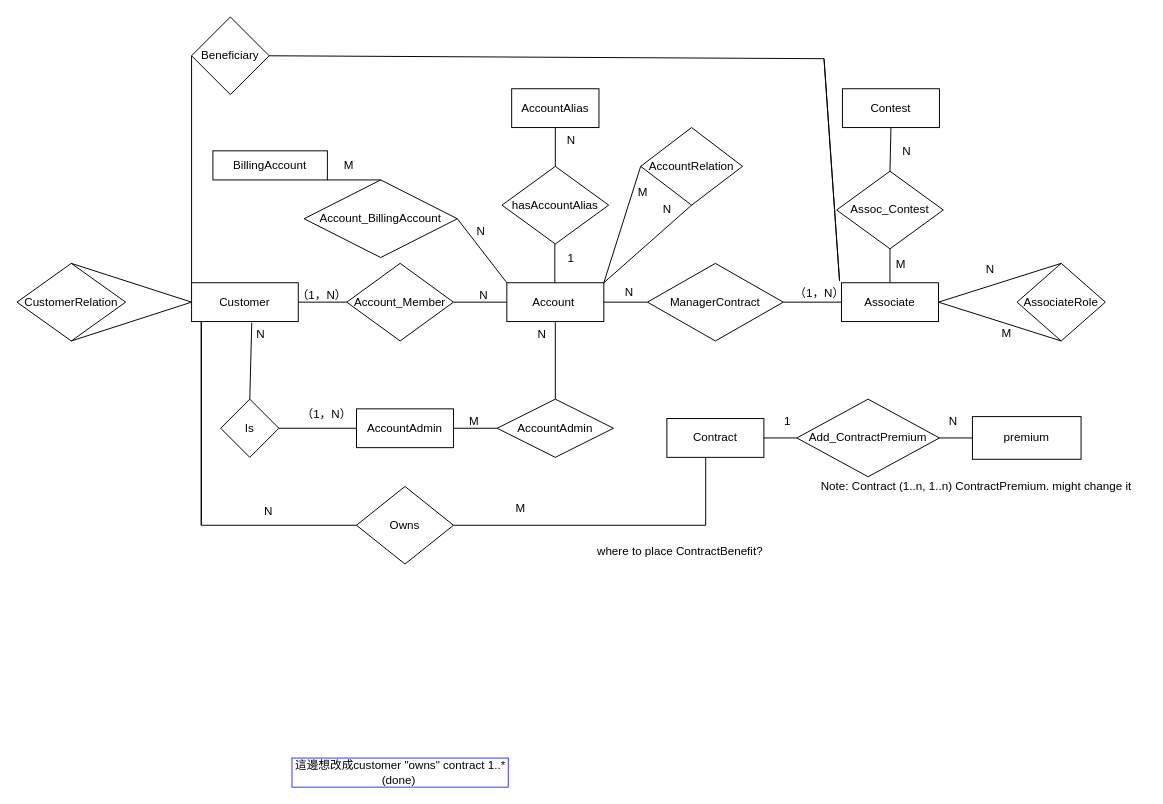
HanquanL/c_practices keeps this draw.io diagram as page "Page-1" (1 of 2) of dsm-project-p1.drawio. Above is the earlier version. Source tidied: cells renumbered, new cells numbered last; positions are measured from the earlier drawing's top-left corner, leaving out a move shared by most shapes. Both pictures are drawn from the tidied source at 97%, with x=0, y=0 at pixel (16, 16).
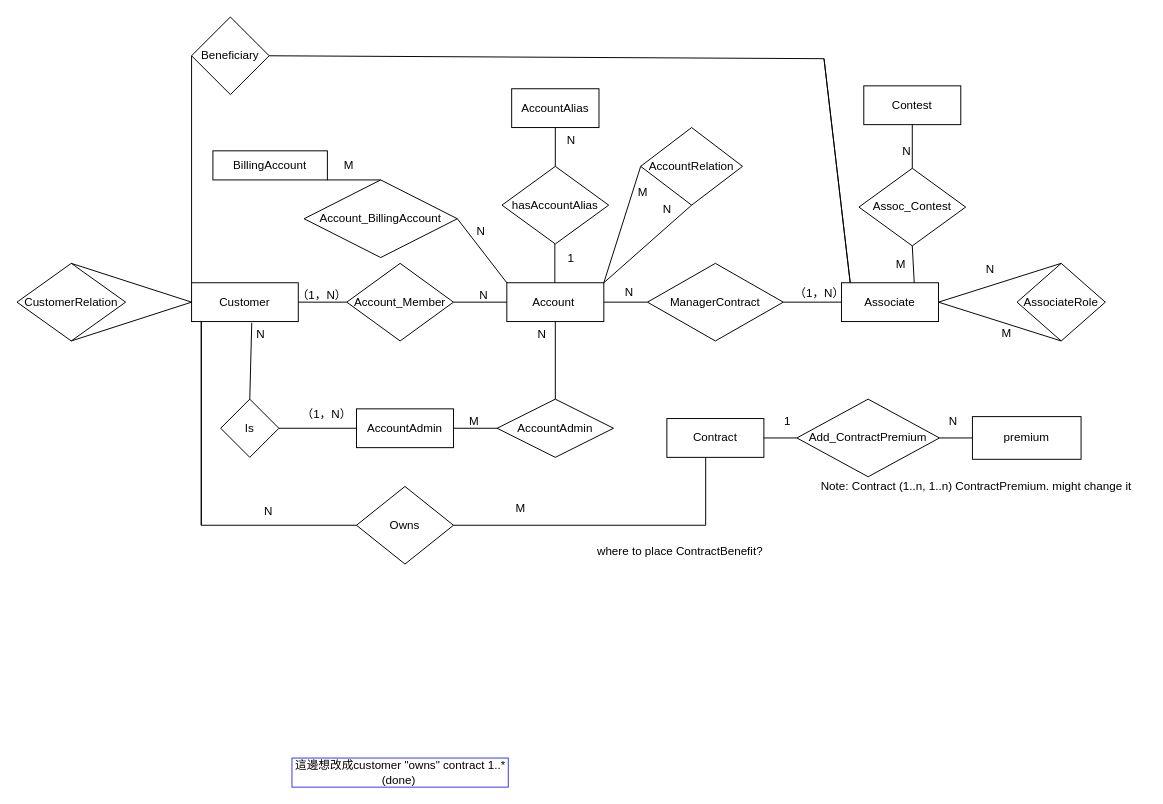
The same page after the edit.

Unchanged cells that the change refers to:
```xml
<mxCell id="26" value="Associate" style="rounded=0;whiteSpace=wrap;html=1;" parent="1" vertex="1">
  <mxGeometry x="850" y="274" width="100" height="40" as="geometry" />
</mxCell>
<mxCell id="72" value="Beneficiary" style="rhombus;whiteSpace=wrap;html=1;" parent="1" vertex="1">
  <mxGeometry x="180" width="80" height="80" as="geometry" />
</mxCell>
```

Diff of the diagram source:
```diff
@@
     <mxCell id="32" value="Contest" style="rounded=0;whiteSpace=wrap;html=1;" parent="1" vertex="1">
-      <mxGeometry x="851" y="74" width="100" height="40" as="geometry" />
+      <mxGeometry x="873" y="71" width="100" height="40" as="geometry" />
     </mxCell>
     <mxCell id="33" value="Assoc_Contest" style="rhombus;whiteSpace=wrap;html=1;" parent="1" vertex="1">
-      <mxGeometry x="845" y="159" width="110" height="80" as="geometry" />
+      <mxGeometry x="868" y="156" width="110" height="80" as="geometry" />
     </mxCell>
@@
-    <mxCell id="56" style="endArrow=none;html=1;rounded=0;entryX=0.5;entryY=1;entryDx=0;entryDy=0;" parent="1" edge="1" source="26" target="33">
+    <mxCell id="56" style="endArrow=none;html=1;rounded=0;entryX=0.5;entryY=1;entryDx=0;entryDy=0;exitX=0.75;exitY=0;exitDx=0;exitDy=0;" parent="1" edge="1" source="26" target="33">
       <mxGeometry relative="1" as="geometry" />
     </mxCell>
@@
     <mxCell id="74" style="endArrow=none;html=1;rounded=0;entryX=1;entryY=0.5;entryDx=0;entryDy=0;" parent="1" edge="1" target="72">
       <mxGeometry relative="1" as="geometry">
         <mxPoint x="832" y="43" as="sourcePoint" />
         <Array as="points">
-          <mxPoint x="848" y="272" />
+          <mxPoint x="859" y="274" />
           <mxPoint x="832" y="43" />
         </Array>
       </mxGeometry>
     </mxCell>
```
